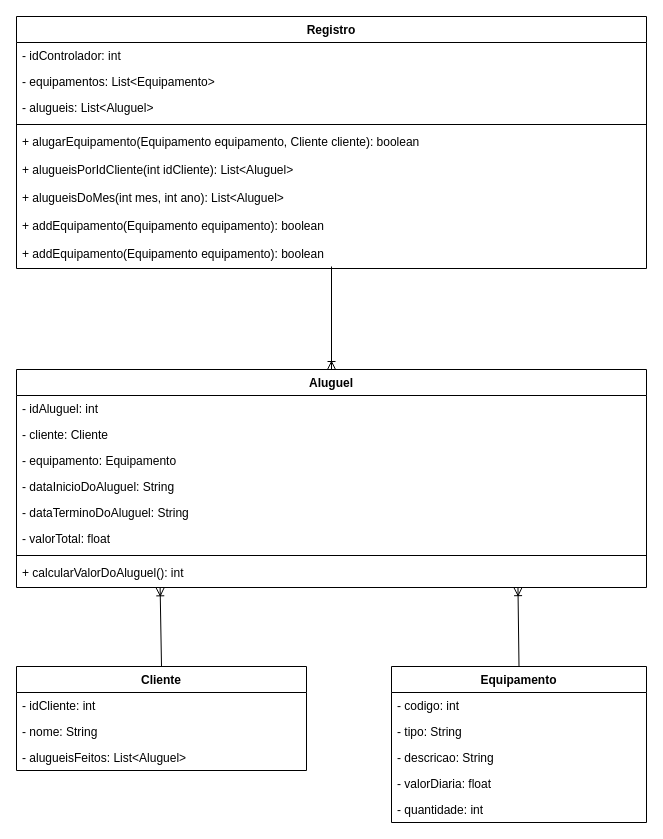
Earlier version of the draw.io diagram docs/diagramas/diagramaDeClasses.drawio (puc-aulas/lpm-noite-quarta-pl-luccaluchi). Source tidied: cells renumbered, new cells numbered last; positions are measured from the earlier drawing's top-left corner, leaving out a move shared by most shapes. Both pictures are drawn from the tidied source at 100%, with x=0, y=0 at pixel (16, 16).
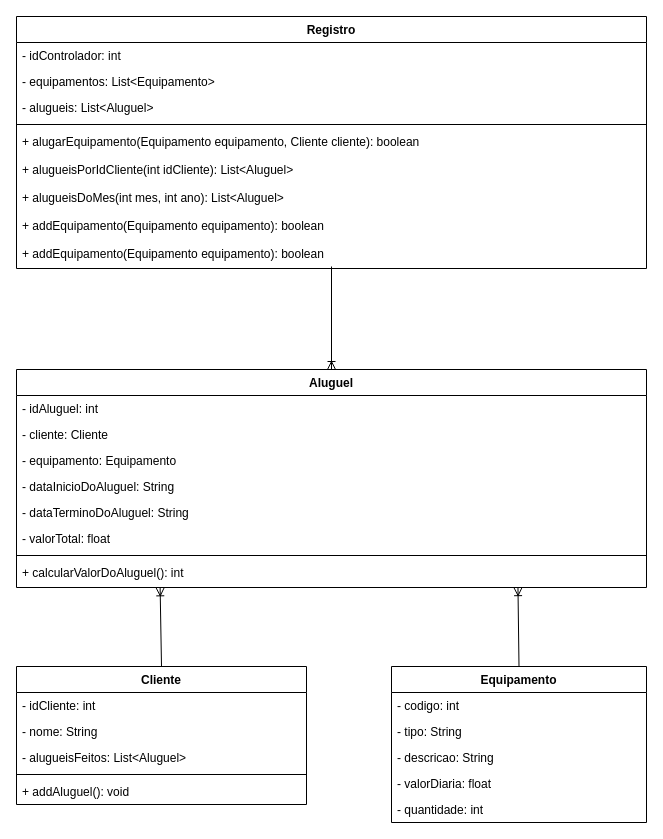
The same page after the edit.

Commit message (it also covers changes not shown here):
Atualização do diagrama

Diff of the diagram source:
```diff
@@
     <mxCell id="2" value="Cliente" style="swimlane;fontStyle=1;align=center;verticalAlign=top;horizontal=1;startSize=26;" parent="1" vertex="1">
-      <mxGeometry y="650" width="290" height="104" as="geometry" />
+      <mxGeometry y="650" width="290" height="138" as="geometry" />
     </mxCell>
@@
+    <mxCell id="34" style="line;strokeWidth=1;fillColor=none;align=left;verticalAlign=middle;spacingTop=-1;spacingLeft=3;spacingRight=3;labelPosition=right;strokeColor=inherit;" parent="2" vertex="1">
+      <mxGeometry y="104" width="290" height="8" as="geometry" />
+    </mxCell>
+    <mxCell id="35" value="+ addAluguel(): void" style="text;strokeColor=none;fillColor=none;align=left;verticalAlign=top;spacingLeft=4;spacingRight=4;overflow=hidden;" parent="2" vertex="1">
+      <mxGeometry y="112" width="290" height="26" as="geometry" />
+    </mxCell>
```
